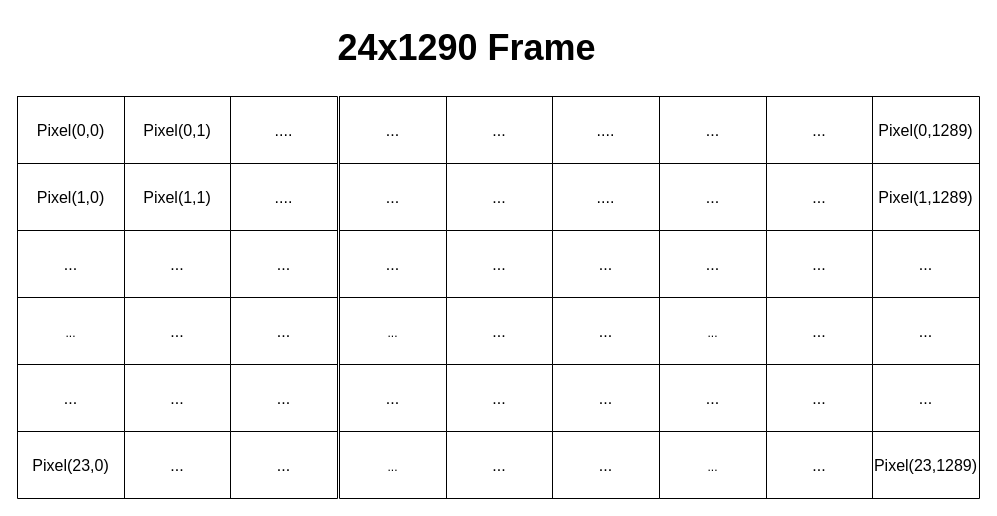
sabarioded/Patterns_Project keeps this draw.io diagram as Diagrams/background.drawio. Above is the earlier version. Source tidied: cells renumbered, new cells numbered last; positions are measured from the earlier drawing's top-left corner, leaving out a move shared by most shapes. Both pictures are drawn from the tidied source at 100%, with x=0, y=0 at pixel (17, 17).
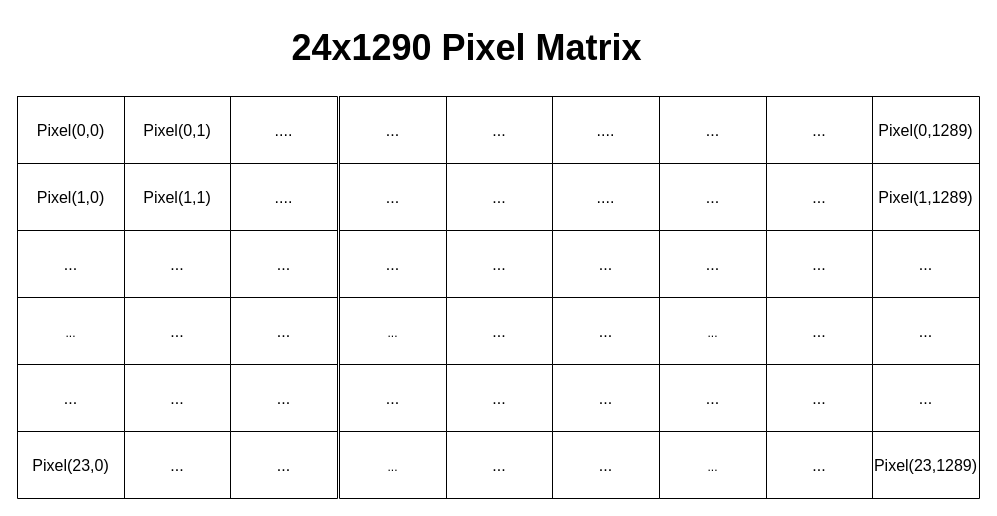
After the change.

What changed in the source:
```diff
@@
-    <mxCell id="77" value="&lt;font style=&quot;font-size: 36px;&quot;&gt;&lt;b&gt;24x1290 Frame&lt;/b&gt;&lt;/font&gt;" style="text;html=1;align=center;verticalAlign=middle;strokeColor=none;fillColor=none;" parent="1" vertex="1">
-      <mxGeometry x="309" width="280" height="60" as="geometry" />
+    <mxCell id="77" value="&lt;font style=&quot;font-size: 36px;&quot;&gt;&lt;b&gt;24x1290 Pixel Matrix&lt;/b&gt;&lt;/font&gt;" style="text;html=1;align=center;verticalAlign=middle;strokeColor=none;fillColor=none;" parent="1" vertex="1">
+      <mxGeometry x="264" width="370" height="60" as="geometry" />
     </mxCell>
```
